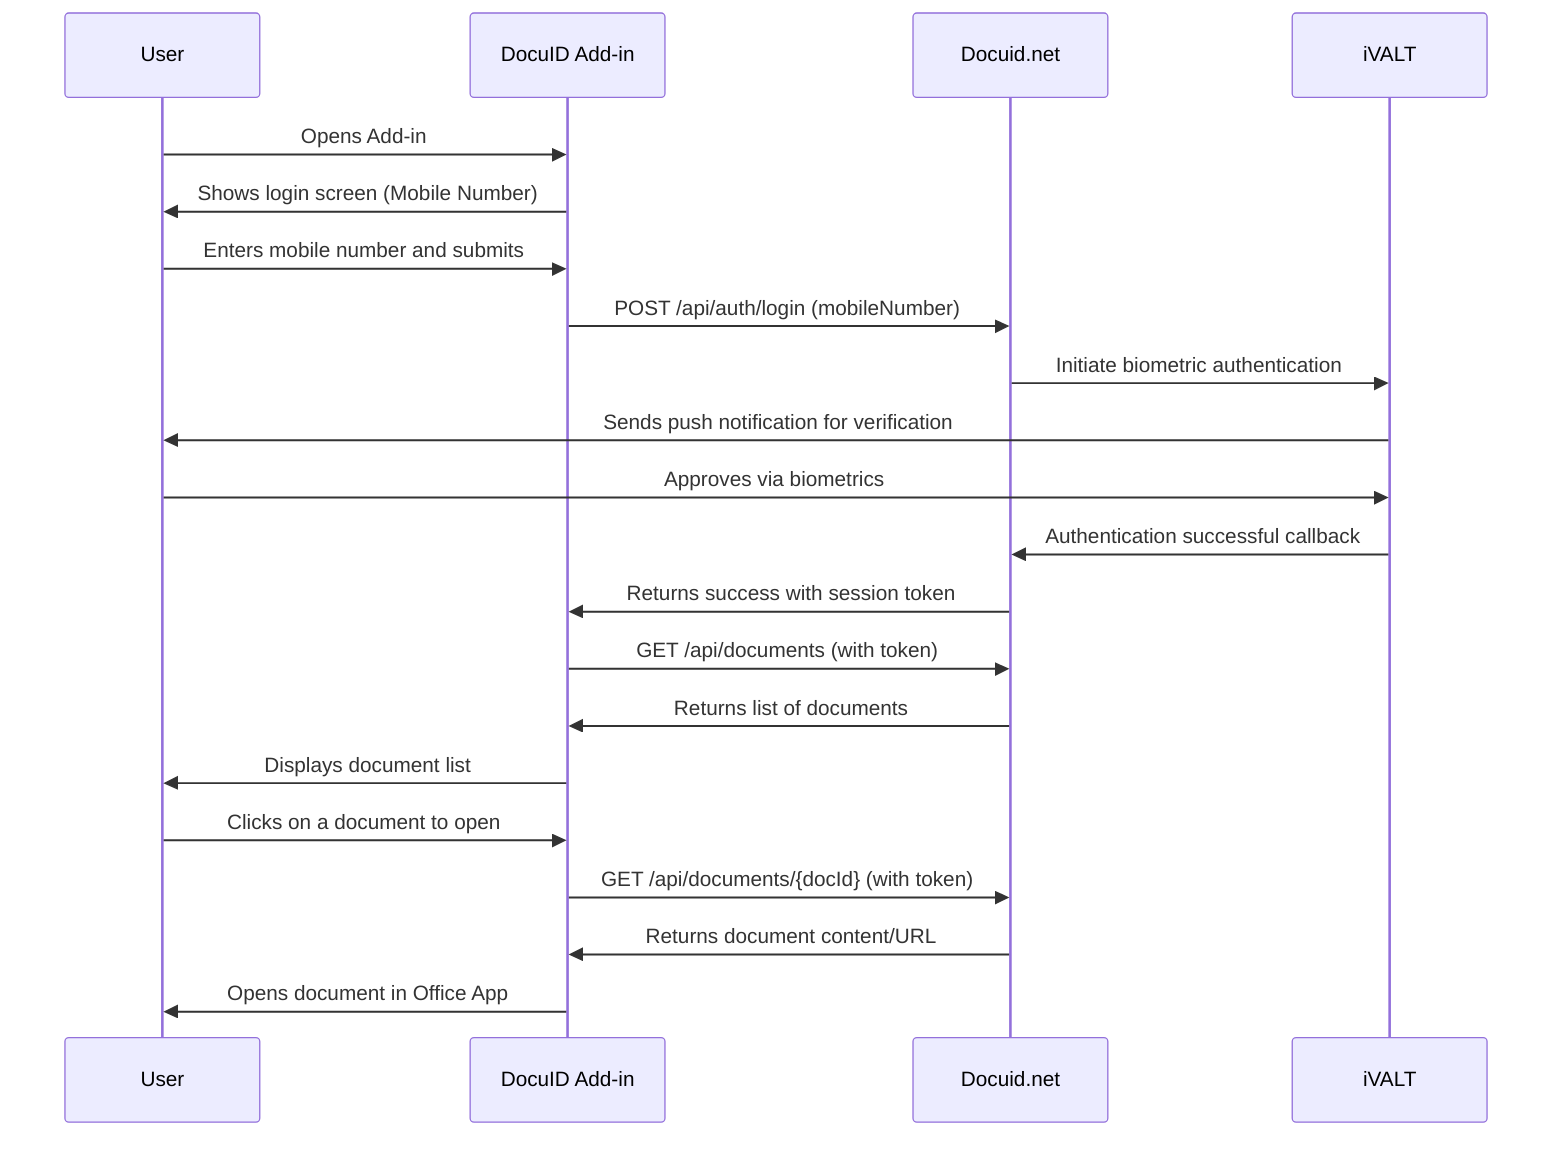
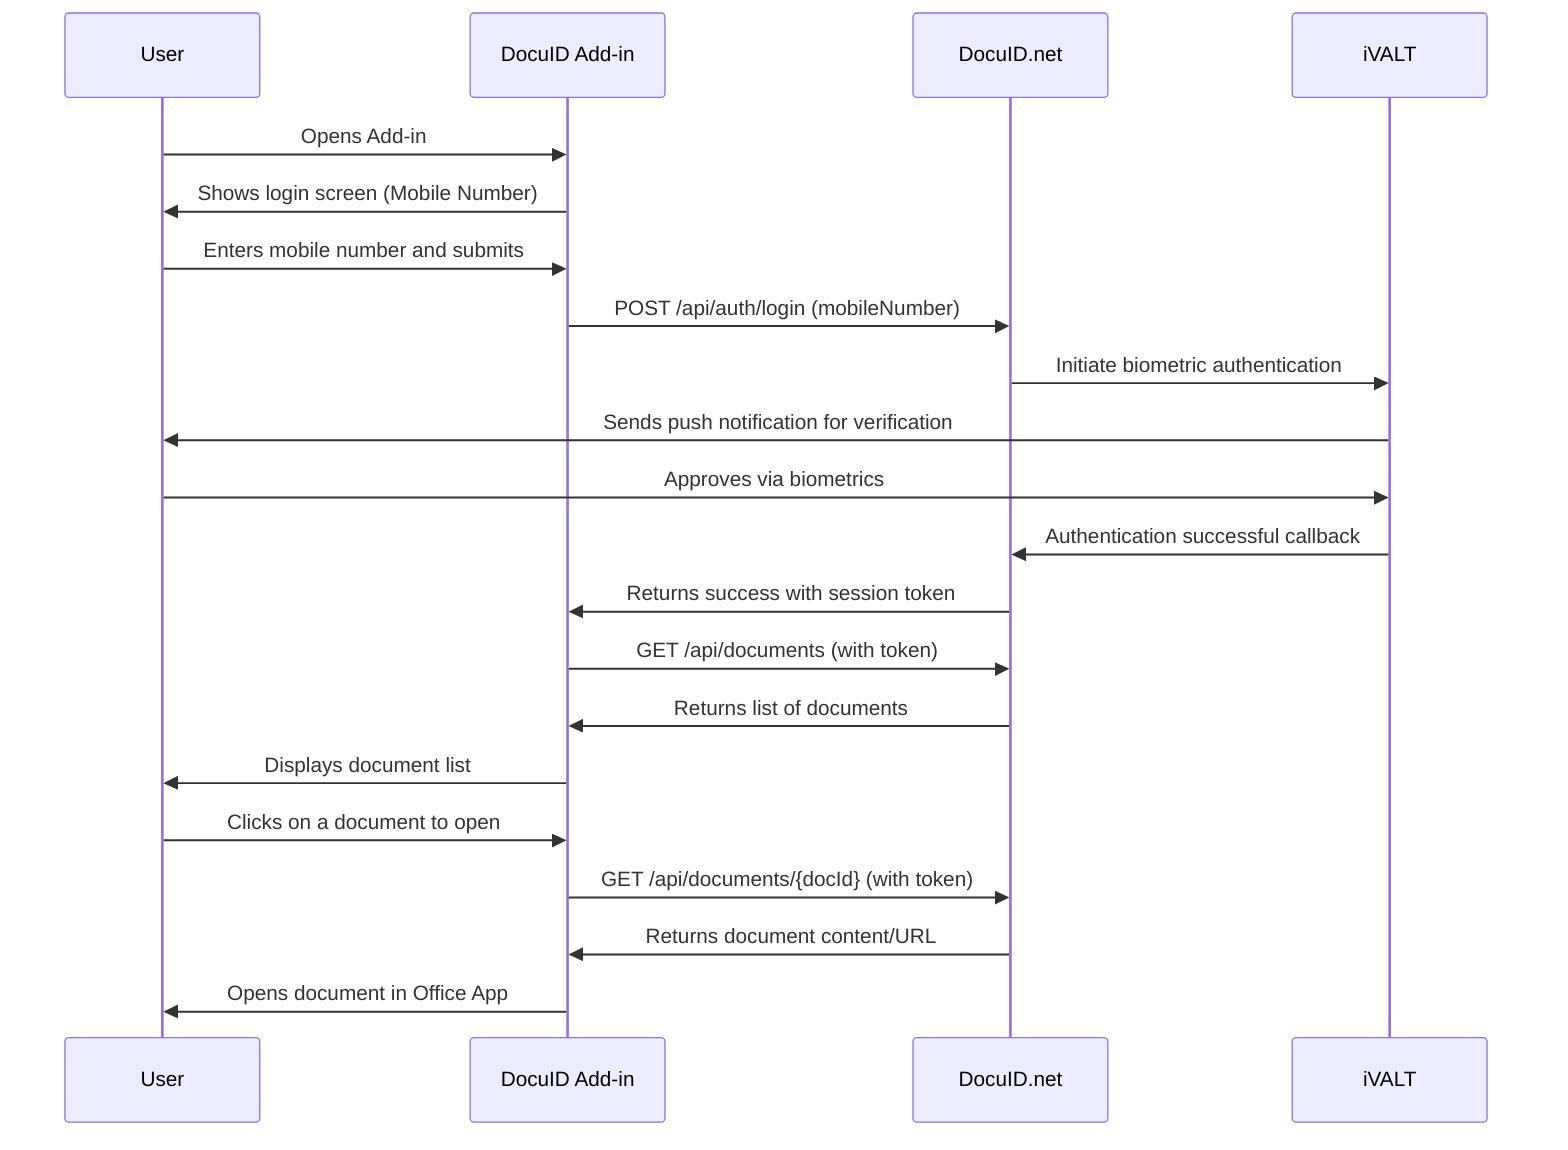
sequenceDiagram
    participant User
    participant OfficeAddIn as DocuID Add-in
-     participant Backend as Docuid.net
+     participant Backend as DocuID.net
    participant iVALT

    User->>OfficeAddIn: Opens Add-in
    OfficeAddIn->>User: Shows login screen (Mobile Number)
    User->>OfficeAddIn: Enters mobile number and submits
    OfficeAddIn->>Backend: POST /api/auth/login (mobileNumber)
    Backend->>iVALT: Initiate biometric authentication
    iVALT->>User: Sends push notification for verification
    User->>iVALT: Approves via biometrics
    iVALT->>Backend: Authentication successful callback
    Backend->>OfficeAddIn: Returns success with session token
    OfficeAddIn->>Backend: GET /api/documents (with token)
    Backend->>OfficeAddIn: Returns list of documents
    OfficeAddIn->>User: Displays document list
    User->>OfficeAddIn: Clicks on a document to open
    OfficeAddIn->>Backend: GET /api/documents/{docId} (with token)
    Backend->>OfficeAddIn: Returns document content/URL
    OfficeAddIn->>User: Opens document in Office App